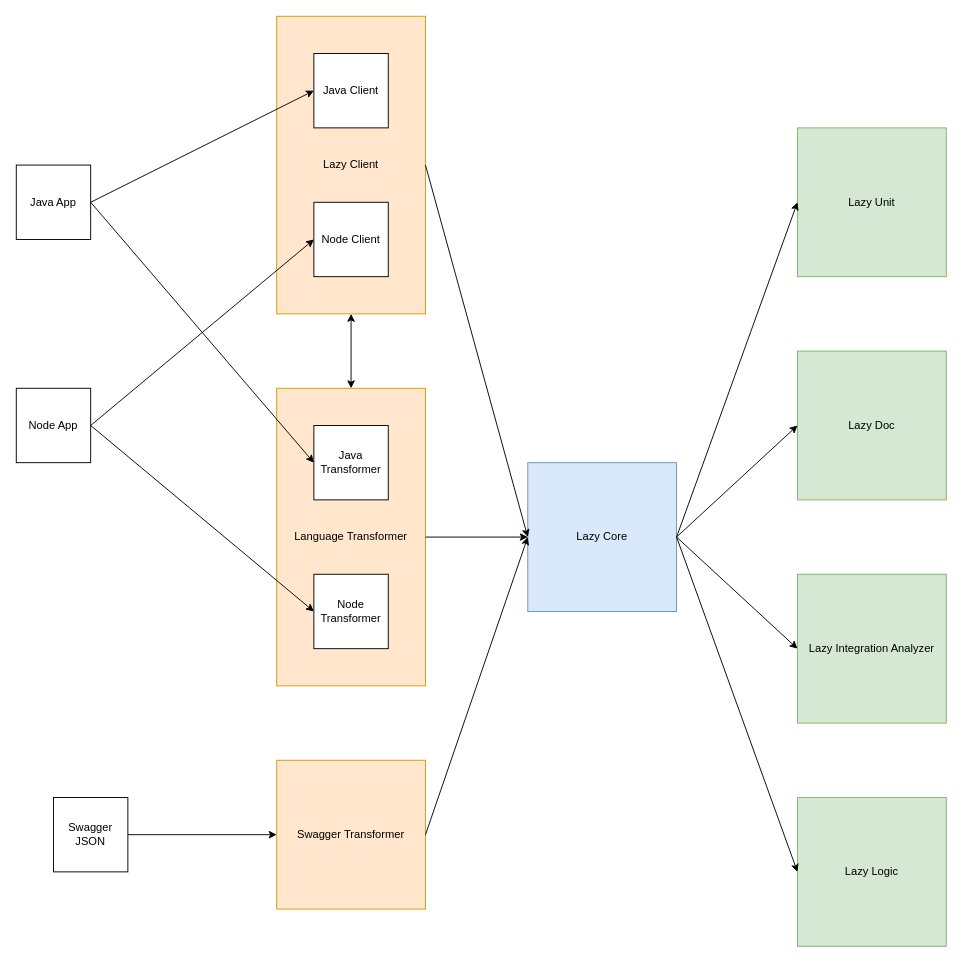
Earlier version of the draw.io diagram Untitled Diagram.drawio (hasithalakmal/lazy). Source tidied: cells renumbered, new cells numbered last; positions are measured from the earlier drawing's top-left corner, leaving out a move shared by most shapes. Both pictures are drawn from the tidied source at 93%, with x=0, y=0 at pixel (16, 16).
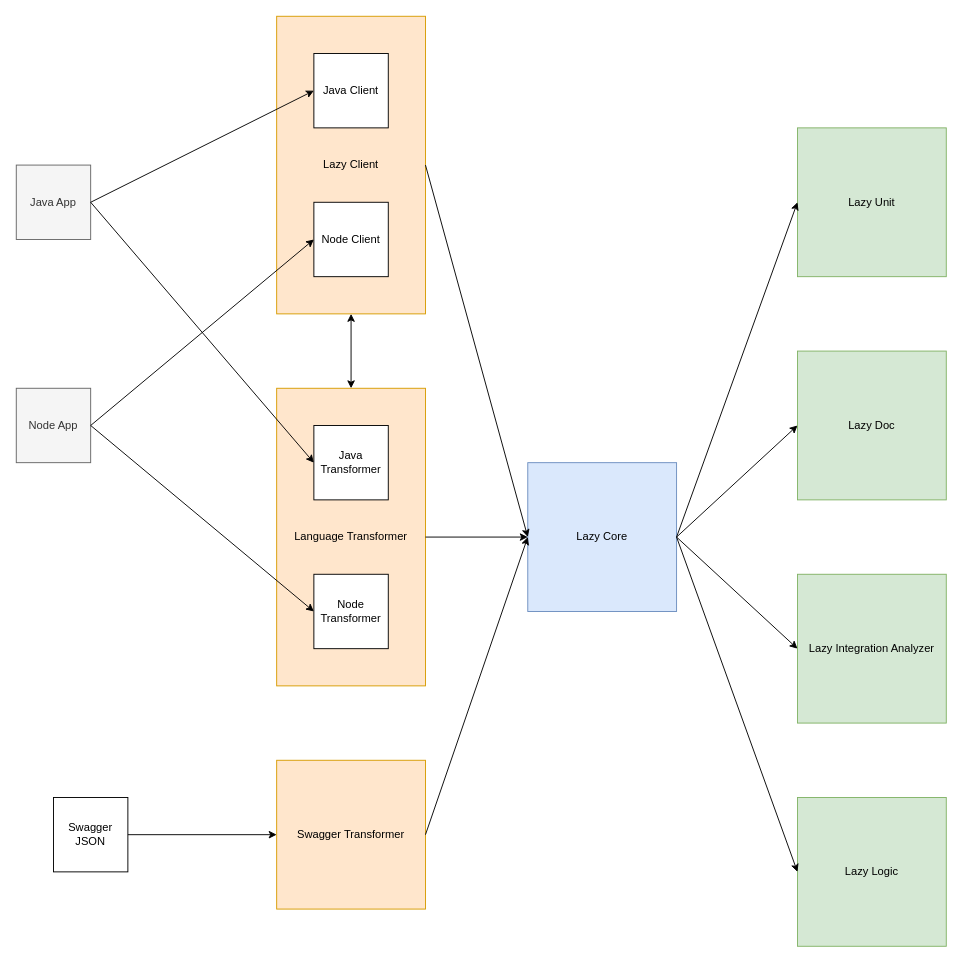
After the change.

Commit message:
Software Architecture Diagram.drawio

What changed in the source:
```diff
@@
-    <mxCell id="11" value="Java App" style="whiteSpace=wrap;html=1;" parent="1" vertex="1">
+    <mxCell id="11" value="Java App" style="whiteSpace=wrap;html=1;fillColor=#f5f5f5;strokeColor=#666666;fontColor=#333333;" parent="1" vertex="1">
       <mxGeometry y="160" width="80" height="80" as="geometry" />
     </mxCell>
-    <mxCell id="12" value="Node App" style="whiteSpace=wrap;html=1;" parent="1" vertex="1">
+    <mxCell id="12" value="Node App" style="whiteSpace=wrap;html=1;fillColor=#f5f5f5;strokeColor=#666666;fontColor=#333333;" parent="1" vertex="1">
       <mxGeometry y="400" width="80" height="80" as="geometry" />
     </mxCell>
```
